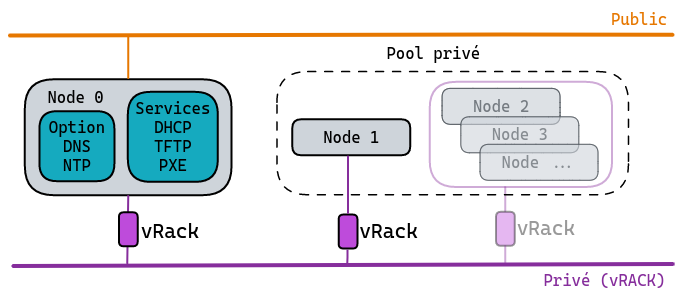
The Excalidraw diagram pages/cloud/dedicated/pxe-with-full-private-dedicated/images/schema_basic.png in ovh/docs, before a commit. Source tidied: one line per element, renumbered; positions are measured from the earlier drawing's top-left corner, leaving out a move shared by most shapes.
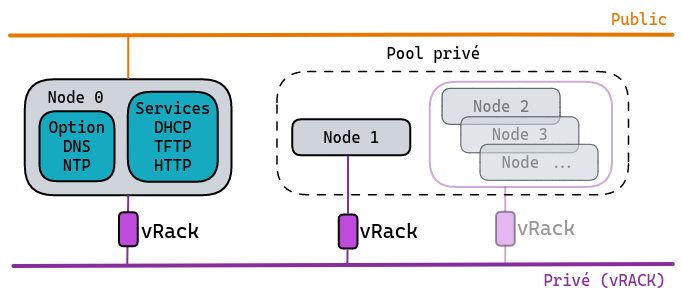
After the commit.

The edit, as a diff of the source:
```diff
@@ -8,7 +8,7 @@
 {"id": 7, "type": "line", "strokeColor": "#e67700", "strokeWidth": 4, "roughness": 0, "x": 0, "y": 25, "width": 663, "height": 1, "points": [[0, 0], [493, -1], [663, -1]]}
 {"id": 8, "type": "rectangle", "strokeColor": "#000000", "backgroundColor": "#15aabf", "fillStyle": "solid", "strokeWidth": 2, "roughness": 0, "x": 118, "y": 82, "width": 90, "height": 90}
 {"id": 9, "type": "rectangle", "strokeColor": "#000000", "backgroundColor": "#ced4da", "fillStyle": "solid", "strokeWidth": 2, "roughness": 0, "x": 282, "y": 109, "width": 118, "height": 36}
-{"id": 10, "type": "text", "text": "Services\nDHCP\nTFTP\nPXE", "strokeColor": "#000000", "strokeWidth": 1, "roughness": 0, "fontSize": 16, "fontFamily": 3, "textAlign": "center", "verticalAlign": "middle", "inside": 8, "x": 125, "y": 89, "width": 76, "height": 76}
+{"id": 10, "type": "text", "text": "Services\nDHCP\nTFTP\nHTTP", "strokeColor": "#000000", "strokeWidth": 1, "roughness": 0, "fontSize": 16, "fontFamily": 3, "textAlign": "center", "verticalAlign": "middle", "inside": 8, "x": 125, "y": 89, "width": 76, "height": 76}
 {"id": 11, "type": "text", "text": "Node 1", "strokeColor": "#000000", "strokeWidth": 1, "roughness": 0, "fontSize": 16, "fontFamily": 3, "textAlign": "center", "verticalAlign": "middle", "inside": 9, "x": 312, "y": 118, "width": 58, "height": 19}
 {"id": 12, "type": "line", "strokeColor": "#862e9c", "strokeWidth": 4, "roughness": 0, "x": 3, "y": 256, "width": 659, "height": 2, "points": [[0, 0], [659, -2]]}
 {"id": 13, "type": "text", "text": "Privé (vRACK)", "strokeColor": "#862e9c", "strokeWidth": 2, "strokeStyle": "dashed", "roughness": 0, "fontSize": 16, "fontFamily": 3, "x": 533, "y": 261, "width": 124, "height": 19}
```
